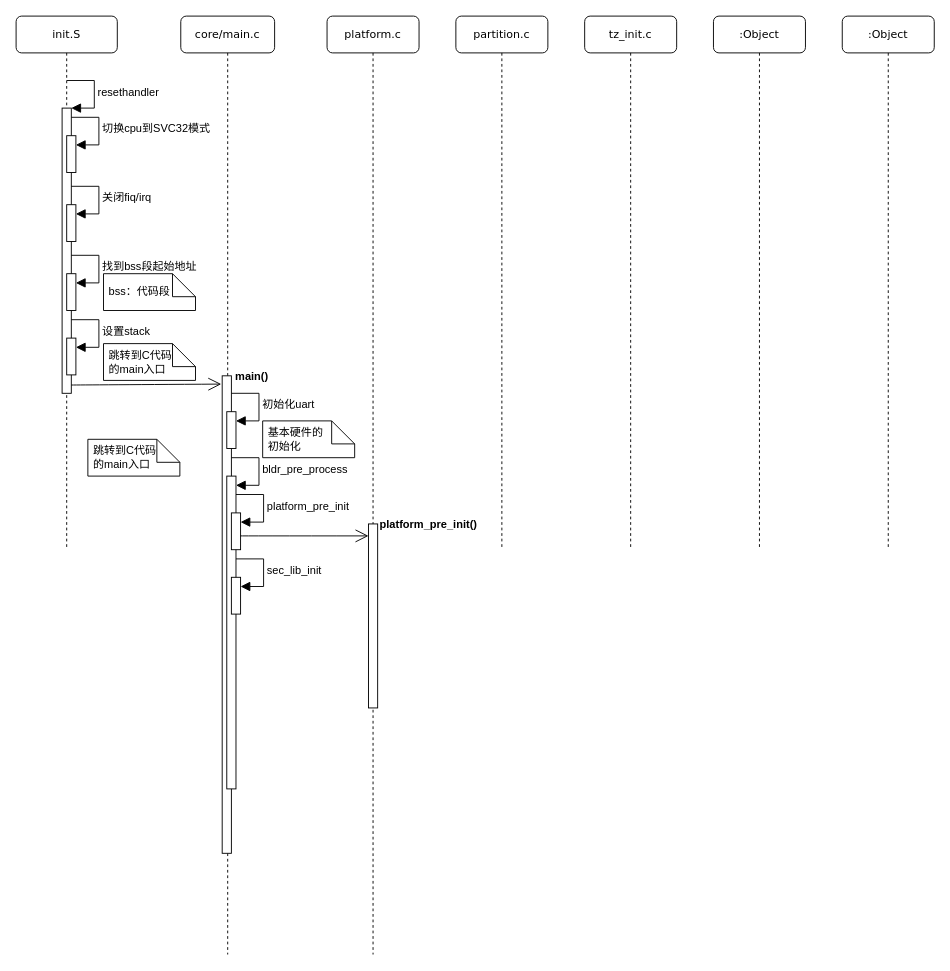
Earlier version of the draw.io diagram f2fs写流程.drawio (lz111676/Drawing-Bed). Source tidied: cells renumbered, new cells numbered last; positions are measured from the earlier drawing's top-left corner, leaving out a move shared by most shapes. Both pictures are drawn from the tidied source at 92%, with x=0, y=0 at pixel (16, 16).
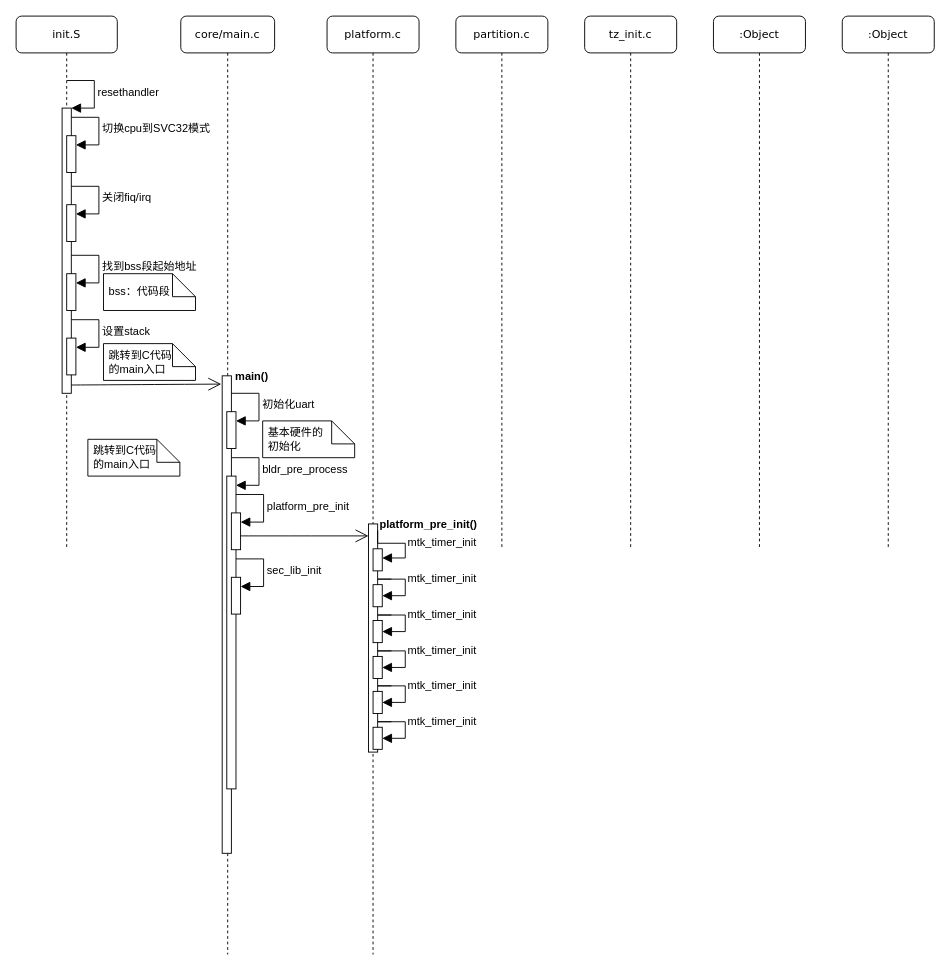
The same diagram, later.

Commit message:
更新f2fs写流程.drawio

Unchanged cells that the change refers to:
```xml
<mxCell id="14" value="platform.c" style="shape=umlLifeline;perimeter=lifelinePerimeter;whiteSpace=wrap;html=1;rounded=1;shadow=0;comic=0;labelBackgroundColor=none;strokeWidth=1;fontFamily=Verdana;fontSize=12;align=center;" parent="1" vertex="1">
  <mxGeometry x="338" width="100" height="1020" as="geometry" />
</mxCell>
```

Diff of the diagram source:
```diff
@@
     <mxCell id="15" style="html=1;points=[];perimeter=orthogonalPerimeter;rounded=0;shadow=0;comic=0;labelBackgroundColor=none;strokeWidth=1;fontFamily=Verdana;fontSize=12;align=center;" parent="14" vertex="1">
-      <mxGeometry x="45" y="552" width="10" height="200" as="geometry" />
+      <mxGeometry x="45" y="552" width="10" height="248" as="geometry" />
     </mxCell>
+    <mxCell id="41" style="html=1;points=[[0,0,0,0,5],[0,1,0,0,-5],[1,0,0,0,5],[1,1,0,0,-5]];perimeter=orthogonalPerimeter;outlineConnect=0;targetShapes=umlLifeline;portConstraint=eastwest;newEdgeStyle={&quot;curved&quot;:0,&quot;rounded&quot;:0};" parent="14" vertex="1">
+      <mxGeometry x="50" y="579" width="10" height="24" as="geometry" />
+    </mxCell>
+    <mxCell id="42" value="mtk_timer_init" style="html=1;align=left;spacingLeft=2;endArrow=block;rounded=0;edgeStyle=orthogonalEdgeStyle;curved=0;rounded=0;fontSize=12;startSize=8;endSize=8;" parent="14" edge="1" target="41">
+      <mxGeometry relative="1" as="geometry">
+        <mxPoint x="55" y="559" as="sourcePoint" />
+        <Array as="points">
+          <mxPoint x="55" y="573" />
+          <mxPoint x="85" y="573" />
+          <mxPoint x="85" y="589" />
+        </Array>
+      </mxGeometry>
+    </mxCell>
@@
+    <mxCell id="43" style="html=1;points=[[0,0,0,0,5],[0,1,0,0,-5],[1,0,0,0,5],[1,1,0,0,-5]];perimeter=orthogonalPerimeter;outlineConnect=0;targetShapes=umlLifeline;portConstraint=eastwest;newEdgeStyle={&quot;curved&quot;:0,&quot;rounded&quot;:0};" parent="1" vertex="1">
+      <mxGeometry x="388" y="618" width="10" height="24" as="geometry" />
+    </mxCell>
+    <mxCell id="44" value="mtk_timer_init" style="html=1;align=left;spacingLeft=2;endArrow=block;rounded=0;edgeStyle=orthogonalEdgeStyle;curved=0;rounded=0;fontSize=12;startSize=8;endSize=8;" parent="1" edge="1" target="43">
+      <mxGeometry relative="1" as="geometry">
+        <mxPoint x="408" y="612" as="sourcePoint" />
+        <Array as="points">
+          <mxPoint x="393" y="612" />
+          <mxPoint x="423" y="612" />
+          <mxPoint x="423" y="628" />
+        </Array>
+      </mxGeometry>
+    </mxCell>
+    <mxCell id="45" style="html=1;points=[[0,0,0,0,5],[0,1,0,0,-5],[1,0,0,0,5],[1,1,0,0,-5]];perimeter=orthogonalPerimeter;outlineConnect=0;targetShapes=umlLifeline;portConstraint=eastwest;newEdgeStyle={&quot;curved&quot;:0,&quot;rounded&quot;:0};" parent="1" vertex="1">
+      <mxGeometry x="388" y="657" width="10" height="24" as="geometry" />
+    </mxCell>
+    <mxCell id="46" value="mtk_timer_init" style="html=1;align=left;spacingLeft=2;endArrow=block;rounded=0;edgeStyle=orthogonalEdgeStyle;curved=0;rounded=0;fontSize=12;startSize=8;endSize=8;" parent="1" edge="1" target="45">
+      <mxGeometry relative="1" as="geometry">
+        <mxPoint x="408" y="651" as="sourcePoint" />
+        <Array as="points">
+          <mxPoint x="393" y="651" />
+          <mxPoint x="423" y="651" />
+          <mxPoint x="423" y="667" />
+        </Array>
+      </mxGeometry>
+    </mxCell>
+    <mxCell id="47" style="html=1;points=[[0,0,0,0,5],[0,1,0,0,-5],[1,0,0,0,5],[1,1,0,0,-5]];perimeter=orthogonalPerimeter;outlineConnect=0;targetShapes=umlLifeline;portConstraint=eastwest;newEdgeStyle={&quot;curved&quot;:0,&quot;rounded&quot;:0};" parent="1" vertex="1">
+      <mxGeometry x="388" y="696" width="10" height="24" as="geometry" />
+    </mxCell>
+    <mxCell id="48" value="mtk_timer_init" style="html=1;align=left;spacingLeft=2;endArrow=block;rounded=0;edgeStyle=orthogonalEdgeStyle;curved=0;rounded=0;fontSize=12;startSize=8;endSize=8;" parent="1" edge="1" target="47">
+      <mxGeometry relative="1" as="geometry">
+        <mxPoint x="408" y="690" as="sourcePoint" />
+        <Array as="points">
+          <mxPoint x="393" y="690" />
+          <mxPoint x="423" y="690" />
+          <mxPoint x="423" y="706" />
+        </Array>
+      </mxGeometry>
+    </mxCell>
+    <mxCell id="49" style="html=1;points=[[0,0,0,0,5],[0,1,0,0,-5],[1,0,0,0,5],[1,1,0,0,-5]];perimeter=orthogonalPerimeter;outlineConnect=0;targetShapes=umlLifeline;portConstraint=eastwest;newEdgeStyle={&quot;curved&quot;:0,&quot;rounded&quot;:0};" parent="1" vertex="1">
+      <mxGeometry x="388" y="734" width="10" height="24" as="geometry" />
+    </mxCell>
+    <mxCell id="50" value="mtk_timer_init" style="html=1;align=left;spacingLeft=2;endArrow=block;rounded=0;edgeStyle=orthogonalEdgeStyle;curved=0;rounded=0;fontSize=12;startSize=8;endSize=8;" parent="1" edge="1" target="49">
+      <mxGeometry relative="1" as="geometry">
+        <mxPoint x="408" y="728" as="sourcePoint" />
+        <Array as="points">
+          <mxPoint x="393" y="728" />
+          <mxPoint x="423" y="728" />
+          <mxPoint x="423" y="744" />
+        </Array>
+      </mxGeometry>
+    </mxCell>
+    <mxCell id="51" style="html=1;points=[[0,0,0,0,5],[0,1,0,0,-5],[1,0,0,0,5],[1,1,0,0,-5]];perimeter=orthogonalPerimeter;outlineConnect=0;targetShapes=umlLifeline;portConstraint=eastwest;newEdgeStyle={&quot;curved&quot;:0,&quot;rounded&quot;:0};" parent="1" vertex="1">
+      <mxGeometry x="388" y="773" width="10" height="24" as="geometry" />
+    </mxCell>
+    <mxCell id="52" value="mtk_timer_init" style="html=1;align=left;spacingLeft=2;endArrow=block;rounded=0;edgeStyle=orthogonalEdgeStyle;curved=0;rounded=0;fontSize=12;startSize=8;endSize=8;" parent="1" edge="1" target="51">
+      <mxGeometry relative="1" as="geometry">
+        <mxPoint x="408" y="767" as="sourcePoint" />
+        <Array as="points">
+          <mxPoint x="393" y="767" />
+          <mxPoint x="423" y="767" />
+          <mxPoint x="423" y="783" />
+        </Array>
+      </mxGeometry>
+    </mxCell>
```
